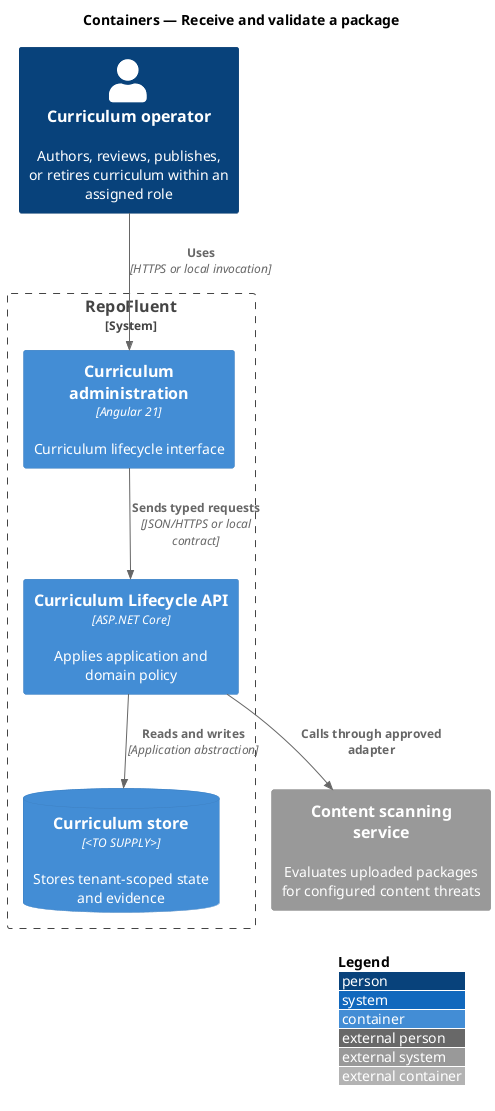
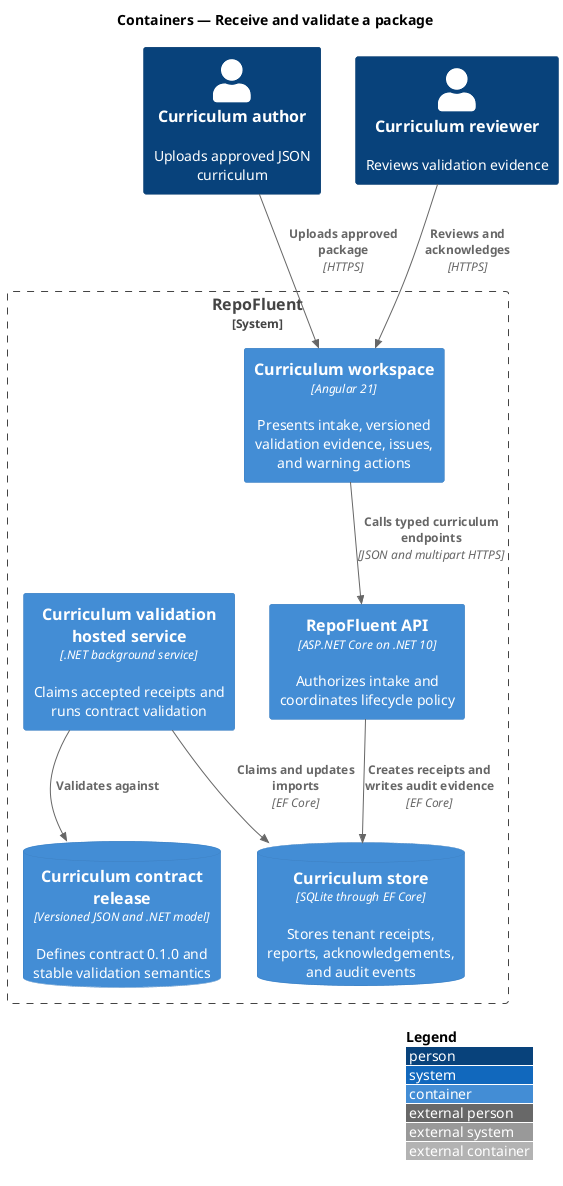
@startuml
!include <C4/C4_Container>
LAYOUT_WITH_LEGEND()
title Containers — Receive and validate a package

- Person(actor, "Curriculum operator", "Authors, reviews, publishes, or retires curriculum within an assigned role")
+ Person(author, "Curriculum author", "Uploads approved JSON curriculum")
+ Person(reviewer, "Curriculum reviewer", "Reviews validation evidence")
+ 
System_Boundary(repofluent, "RepoFluent") {
-   Container(entry, "Curriculum administration", "Angular 21", "Curriculum lifecycle interface")
-   Container(api, "Curriculum Lifecycle API", "ASP.NET Core", "Applies application and domain policy")
-   ContainerDb(store, "Curriculum store", "<TO SUPPLY>", "Stores tenant-scoped state and evidence")
+   Container(web, "Curriculum workspace", "Angular 21", "Presents intake, versioned validation evidence, issues, and warning actions")
+   Container(api, "RepoFluent API", "ASP.NET Core on .NET 10", "Authorizes intake and coordinates lifecycle policy")
+   Container(worker, "Curriculum validation hosted service", ".NET background service", "Claims accepted receipts and runs contract validation")
+   ContainerDb(store, "Curriculum store", "SQLite through EF Core", "Stores tenant receipts, reports, acknowledgements, and audit events")
+   ContainerDb(contract, "Curriculum contract release", "Versioned JSON and .NET model", "Defines contract 0.1.0 and stable validation semantics")
}
- System_Ext(dependency, "Content scanning service", "Evaluates uploaded packages for configured content threats")

- Rel(actor, entry, "Uses", "HTTPS or local invocation")
- Rel(entry, api, "Sends typed requests", "JSON/HTTPS or local contract")
- Rel(api, store, "Reads and writes", "Application abstraction")
- Rel(api, dependency, "Calls through approved adapter")
+ Rel(author, web, "Uploads approved package", "HTTPS")
+ Rel(reviewer, web, "Reviews and acknowledges", "HTTPS")
+ Rel(web, api, "Calls typed curriculum endpoints", "JSON and multipart HTTPS")
+ Rel(api, store, "Creates receipts and writes audit evidence", "EF Core")
+ Rel(worker, store, "Claims and updates imports", "EF Core")
+ Rel(worker, contract, "Validates against")
@enduml
